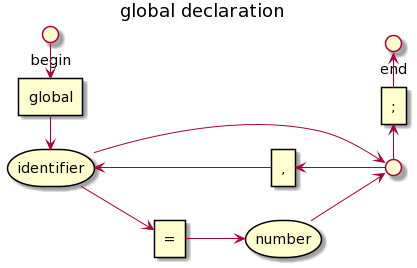
This is img/constructions/global_declaration.png from AndreyBezverkhniy/KVM, a PlantUML export, as it was before one commit.
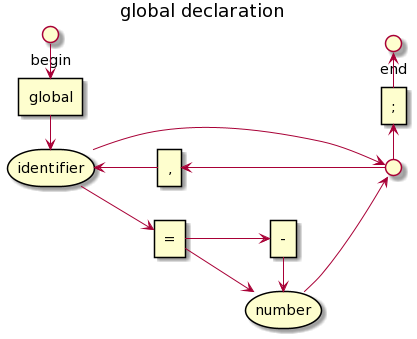
Above is the later version.

Commit message:
spec: global -number, number 0, body=>block

What changed in the source:
```diff
@@ -7,6 +7,7 @@
 rectangle global
 rectangle "," as comma
 rectangle "=" as equal
+rectangle "-" as minus
 rectangle ";" as semicolon
 storage number
 storage identifier
@@ -19,6 +20,8 @@
 END<-semicolon
 identifier-->equal
 equal-->number
+equal-->minus
+minus->number
 number-->join
 comma<--join
 identifier<--comma
```
